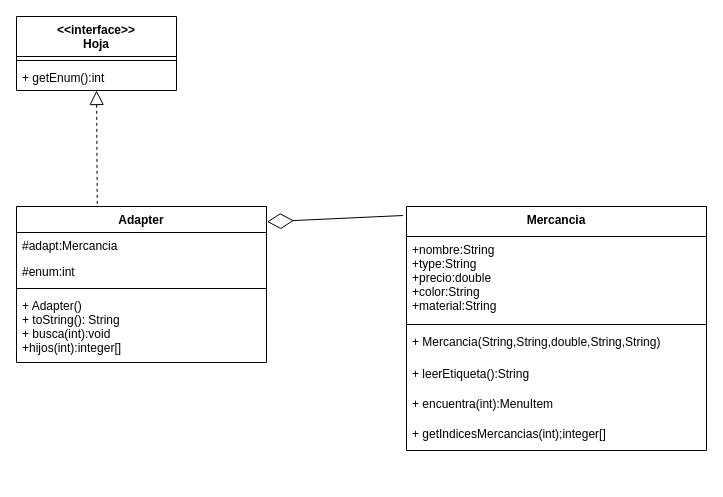
Above: Adapter.drawio in Rogarpa/Proyecto-1-Modelado-y-Programacion (draw.io), before the change. Source tidied: cells renumbered, new cells numbered last; positions are measured from the earlier drawing's top-left corner, leaving out a move shared by most shapes. Both pictures are drawn from the tidied source at 100%, with x=0, y=0 at pixel (16, 16).
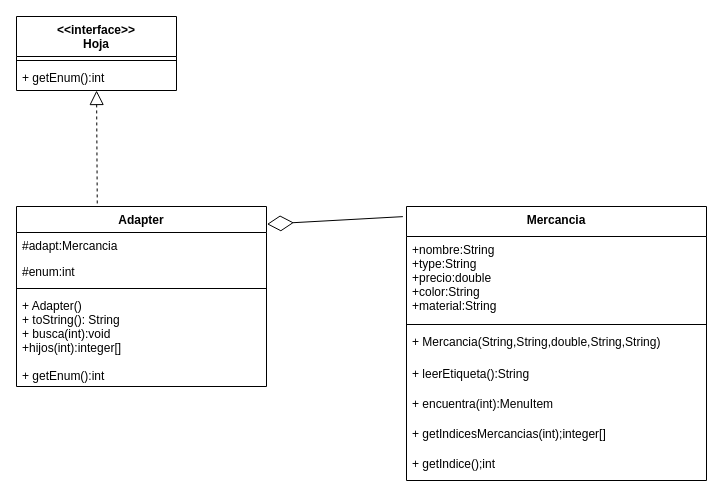
Above is the later version.

Commit message (it also covers changes not shown here):
Adapter terminado e interfaz Enum.

Change to the diagram source:
```diff
@@
     <mxCell id="2" value="Adapter" style="swimlane;fontStyle=1;align=center;verticalAlign=top;horizontal=1;startSize=26;" parent="1" vertex="1">
-      <mxGeometry y="190" width="250" height="156" as="geometry" />
+      <mxGeometry y="190" width="250" height="180" as="geometry" />
     </mxCell>
@@
+    <mxCell id="19" value="+ getEnum():int" style="text;strokeColor=none;fillColor=none;align=left;verticalAlign=top;spacingLeft=4;spacingRight=4;overflow=hidden;" parent="2" vertex="1">
+      <mxGeometry y="156" width="250" height="24" as="geometry" />
+    </mxCell>
@@
     <mxCell id="8" value="Mercancia" style="swimlane;fontStyle=1;align=center;verticalAlign=top;horizontal=1;startSize=30;" parent="1" vertex="1">
-      <mxGeometry x="390" y="190" width="300" height="244" as="geometry" />
+      <mxGeometry x="390" y="190" width="300" height="274" as="geometry" />
     </mxCell>
@@
+    <mxCell id="20" value="+ getIndice();int" style="text;strokeColor=none;fillColor=none;align=left;verticalAlign=top;spacingLeft=4;spacingRight=4;overflow=hidden;" parent="8" vertex="1">
+      <mxGeometry y="244" width="300" height="30" as="geometry" />
+    </mxCell>
```
